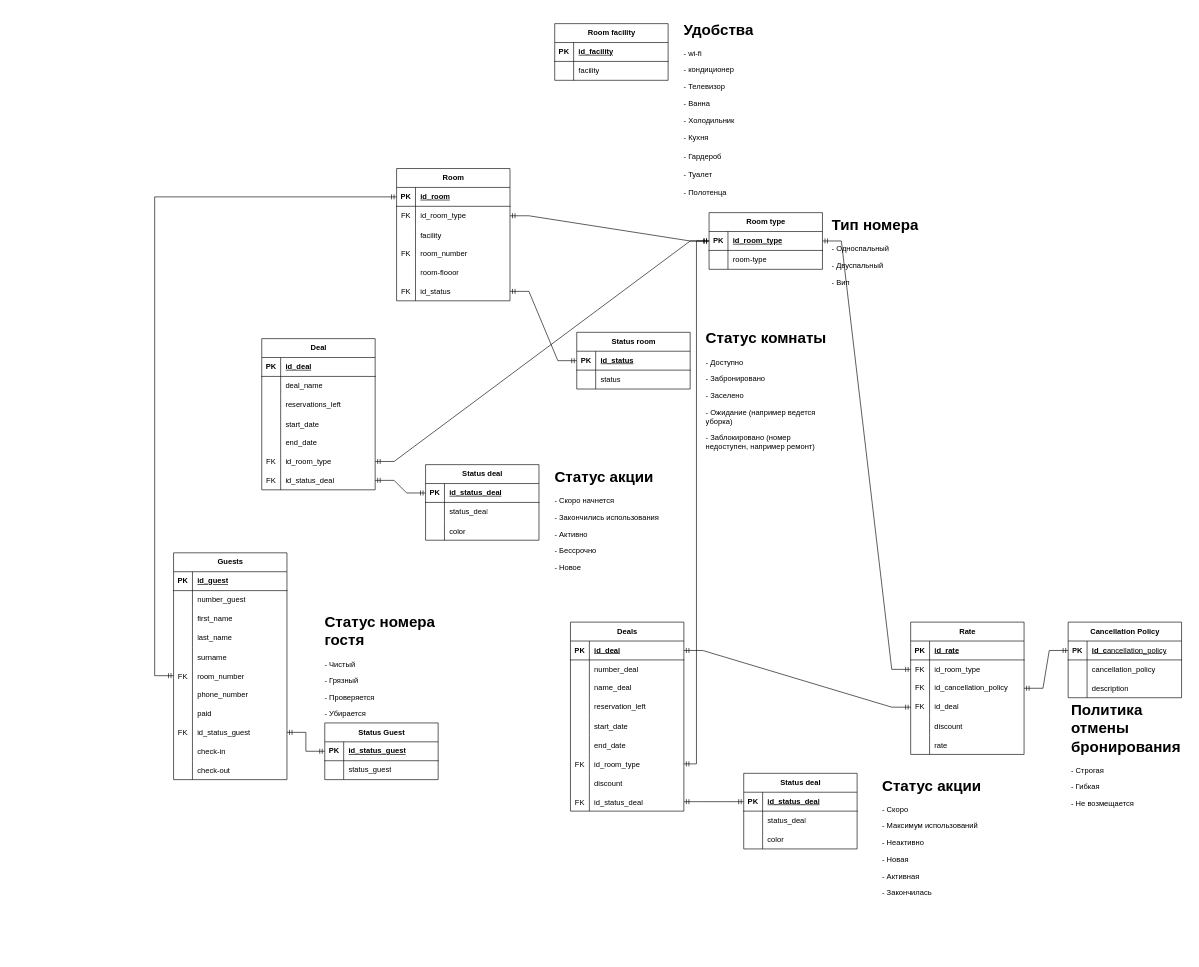
Above: bookingHotel_DB.drawio in da-b1rmuda/HotelBooking (draw.io), before the change. Source tidied: cells renumbered, new cells numbered last; positions are measured from the earlier drawing's top-left corner, leaving out a move shared by most shapes. Both pictures are drawn from the tidied source at 63%, with x=0, y=0 at pixel (154, 17).
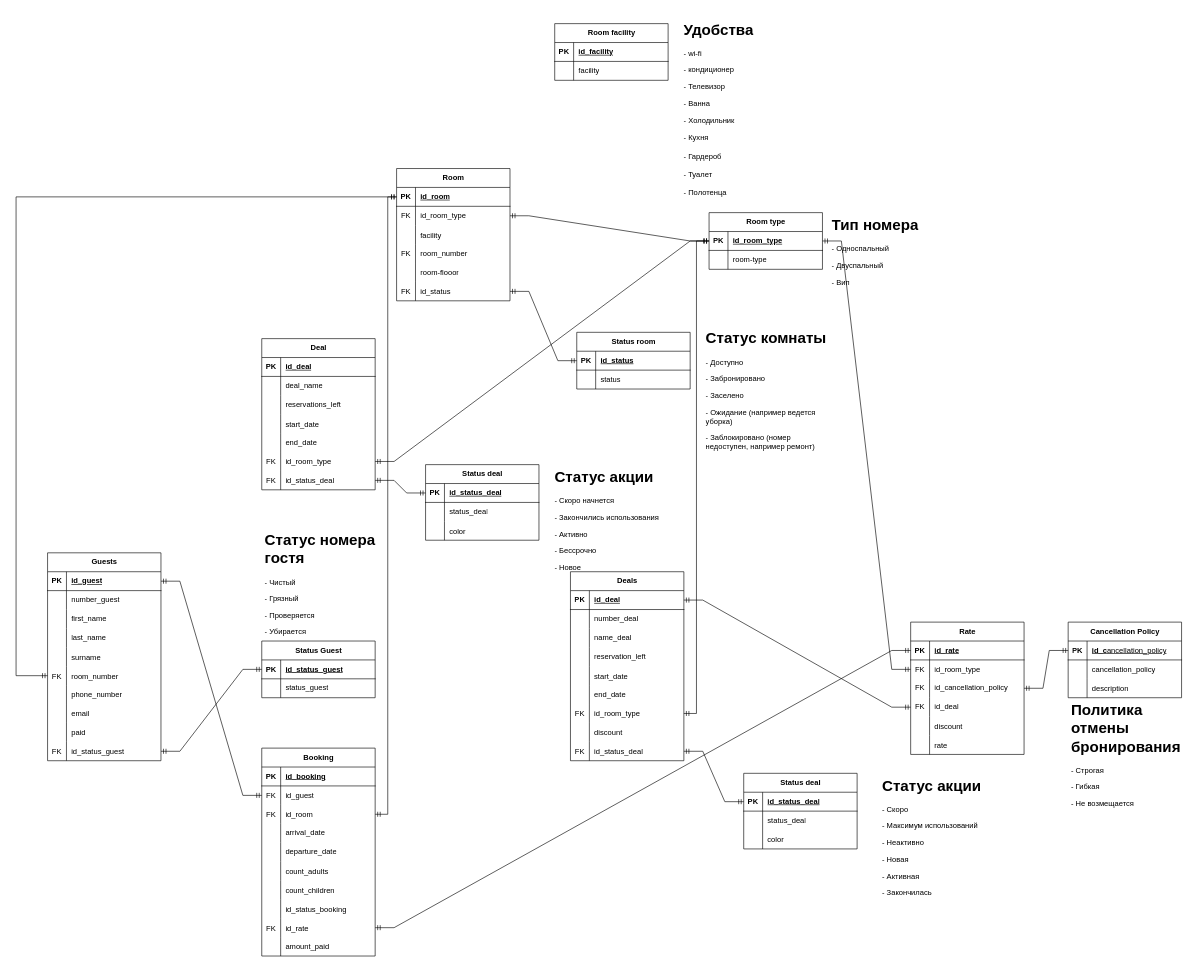
The same page after the edit.

The change refers to these unchanged cells:
```xml
<mxCell id="3" style="shape=tableRow;horizontal=0;startSize=0;swimlaneHead=0;swimlaneBody=0;fillColor=none;points=[[0,0.5],[1,0.5]];portConstraint=eastwest;top=0;left=0;right=0;bottom=1;" parent="2" vertex="1">
  <mxGeometry y="30" width="180" height="30" as="geometry" />
</mxCell>
<mxCell id="83" style="shape=tableRow;horizontal=0;startSize=0;swimlaneHead=0;swimlaneBody=0;fillColor=none;points=[[0,0.5],[1,0.5]];portConstraint=eastwest;top=0;left=0;right=0;bottom=1;" parent="82" vertex="1">
  <mxGeometry y="30" width="180" height="30" as="geometry" />
</mxCell>
<mxCell id="98" style="shape=tableRow;horizontal=0;startSize=0;swimlaneHead=0;swimlaneBody=0;fillColor=none;points=[[0,0.5],[1,0.5]];portConstraint=eastwest;top=0;left=0;right=0;bottom=0;" parent="82" vertex="1">
  <mxGeometry y="180" width="180" height="30" as="geometry" />
</mxCell>
<mxCell id="145" style="shape=tableRow;horizontal=0;startSize=0;swimlaneHead=0;swimlaneBody=0;fillColor=none;points=[[0,0.5],[1,0.5]];portConstraint=eastwest;top=0;left=0;right=0;bottom=1;" parent="144" vertex="1">
  <mxGeometry y="30" width="180" height="30" as="geometry" />
</mxCell>
```

Diff of the diagram source:
```diff
@@
     <mxCell id="82" value="Guests" style="shape=table;startSize=30;childLayout=tableLayout;rowLines=0;fontStyle=1;align=center;html=1;" parent="1" vertex="1">
-      <mxGeometry x="30" y="850" width="180" height="360" as="geometry" />
+      <mxGeometry x="-170" y="850" width="180" height="330" as="geometry" />
     </mxCell>
@@
+    <mxCell id="200" style="shape=tableRow;horizontal=0;startSize=0;swimlaneHead=0;swimlaneBody=0;fillColor=none;top=0;left=0;right=0;bottom=0;" parent="82" vertex="1">
+      <mxGeometry y="240" width="180" height="30" as="geometry" />
+    </mxCell>
+    <mxCell id="201" style="shape=partialRectangle;fillColor=none;top=0;left=0;bottom=0;right=0;overflow=hidden;" parent="200" vertex="1">
+      <mxGeometry width="30" height="30" as="geometry" />
+    </mxCell>
+    <mxCell id="202" value="email" style="shape=partialRectangle;fillColor=none;top=0;left=0;bottom=0;right=0;align=left;spacingLeft=6;overflow=hidden;" parent="200" vertex="1">
+      <mxGeometry x="30" width="150" height="30" as="geometry" />
+    </mxCell>
     <mxCell id="104" style="shape=tableRow;horizontal=0;startSize=0;swimlaneHead=0;swimlaneBody=0;fillColor=none;top=0;left=0;right=0;bottom=0;" parent="82" vertex="1">
-      <mxGeometry y="240" width="180" height="30" as="geometry" />
+      <mxGeometry y="270" width="180" height="30" as="geometry" />
     </mxCell>
@@
     <mxCell id="107" style="shape=tableRow;horizontal=0;startSize=0;swimlaneHead=0;swimlaneBody=0;fillColor=none;points=[[0,0.5],[1,0.5]];portConstraint=eastwest;top=0;left=0;right=0;bottom=0;" parent="82" vertex="1">
-      <mxGeometry y="270" width="180" height="30" as="geometry" />
+      <mxGeometry y="300" width="180" height="30" as="geometry" />
     </mxCell>
@@
-    <mxCell id="110" style="shape=tableRow;horizontal=0;startSize=0;swimlaneHead=0;swimlaneBody=0;fillColor=none;top=0;left=0;right=0;bottom=0;" parent="82" vertex="1">
-      <mxGeometry y="300" width="180" height="30" as="geometry" />
-    </mxCell>
-    <mxCell id="111" style="shape=partialRectangle;fillColor=none;top=0;left=0;bottom=0;right=0;overflow=hidden;" parent="110" vertex="1">
-      <mxGeometry width="30" height="30" as="geometry" />
-    </mxCell>
-    <mxCell id="112" value="check-in" style="shape=partialRectangle;fillColor=none;top=0;left=0;bottom=0;right=0;align=left;spacingLeft=6;overflow=hidden;" parent="110" vertex="1">
-      <mxGeometry x="30" width="150" height="30" as="geometry" />
-    </mxCell>
-    <mxCell id="113" style="shape=tableRow;horizontal=0;startSize=0;swimlaneHead=0;swimlaneBody=0;fillColor=none;top=0;left=0;right=0;bottom=0;" parent="82" vertex="1">
-      <mxGeometry y="330" width="180" height="30" as="geometry" />
-    </mxCell>
-    <mxCell id="114" style="shape=partialRectangle;fillColor=none;top=0;left=0;bottom=0;right=0;overflow=hidden;" parent="113" vertex="1">
-      <mxGeometry width="30" height="30" as="geometry" />
-    </mxCell>
-    <mxCell id="115" value="check-out" style="shape=partialRectangle;fillColor=none;top=0;left=0;bottom=0;right=0;align=left;spacingLeft=6;overflow=hidden;" parent="113" vertex="1">
-      <mxGeometry x="30" width="150" height="30" as="geometry" />
-    </mxCell>
     <mxCell id="116" value="Deals" style="shape=table;startSize=30;childLayout=tableLayout;rowLines=0;fontStyle=1;align=center;html=1;" parent="1" vertex="1">
-      <mxGeometry x="660" y="960" width="180" height="300" as="geometry" />
+      <mxGeometry x="660" y="880" width="180" height="300" as="geometry" />
     </mxCell>
@@
-    <mxCell id="163" value="Status Guest" style="shape=table;startSize=30;childLayout=tableLayout;rowLines=0;fontStyle=1;align=center;html=1;" parent="1" vertex="1">
-      <mxGeometry x="270" y="1120" width="180" height="90" as="geometry" />
-    </mxCell>
-    <mxCell id="164" style="shape=tableRow;horizontal=0;startSize=0;swimlaneHead=0;swimlaneBody=0;fillColor=none;points=[[0,0.5],[1,0.5]];portConstraint=eastwest;top=0;left=0;right=0;bottom=1;" parent="163" vertex="1">
-      <mxGeometry y="30" width="180" height="30" as="geometry" />
-    </mxCell>
-    <mxCell id="165" value="PK" style="shape=partialRectangle;fillColor=none;top=0;left=0;bottom=0;right=0;fontStyle=1;overflow=hidden;whiteSpace=wrap;html=1;" parent="164" vertex="1">
-      <mxGeometry width="30" height="30" as="geometry" />
-    </mxCell>
-    <mxCell id="166" value="id_status_guest" style="shape=partialRectangle;fillColor=none;top=0;left=0;bottom=0;right=0;align=left;spacingLeft=6;fontStyle=5;overflow=hidden;whiteSpace=wrap;html=1;" parent="164" vertex="1">
-      <mxGeometry x="30" width="150" height="30" as="geometry" />
-    </mxCell>
-    <mxCell id="167" style="shape=tableRow;horizontal=0;startSize=0;swimlaneHead=0;swimlaneBody=0;fillColor=none;top=0;left=0;right=0;bottom=0;" parent="163" vertex="1">
-      <mxGeometry y="60" width="180" height="30" as="geometry" />
-    </mxCell>
-    <mxCell id="168" style="shape=partialRectangle;fillColor=none;top=0;left=0;bottom=0;right=0;overflow=hidden;whiteSpace=wrap;html=1;" parent="167" vertex="1">
-      <mxGeometry width="30" height="30" as="geometry" />
-    </mxCell>
-    <mxCell id="169" value="status_guest" style="shape=partialRectangle;fillColor=none;top=0;left=0;bottom=0;right=0;align=left;spacingLeft=6;overflow=hidden;whiteSpace=wrap;html=1;" parent="167" vertex="1">
-      <mxGeometry x="30" width="150" height="30" as="geometry" />
-    </mxCell>
     <mxCell id="170" value="&lt;h1&gt;Статус номера гостя&lt;/h1&gt;&lt;p&gt;- Чистый&lt;/p&gt;&lt;p&gt;- Грязный&lt;/p&gt;&lt;p&gt;- Проверяется&lt;/p&gt;&lt;p&gt;- Убирается&lt;/p&gt;&lt;p&gt;&lt;br&gt;&lt;/p&gt;" style="text;html=1;strokeColor=none;fillColor=none;spacing=5;spacingTop=-20;whiteSpace=wrap;overflow=hidden;rounded=0;" parent="1" vertex="1">
-      <mxGeometry x="265" y="940" width="190" height="210" as="geometry" />
+      <mxGeometry x="170" y="810" width="190" height="210" as="geometry" />
     </mxCell>
     <mxCell id="171" style="edgeStyle=elbowEdgeStyle;fontSize=12;html=1;endArrow=ERmandOne;startArrow=ERmandOne;rounded=0;exitX=0;exitY=0.5;exitDx=0;exitDy=0;entryX=0;entryY=0.5;entryDx=0;entryDy=0;" parent="1" edge="1" source="98" target="3">
       <mxGeometry relative="1" as="geometry">
         <Array as="points">
-          <mxPoint y="780" />
+          <mxPoint x="-220" y="670" />
         </Array>
       </mxGeometry>
     </mxCell>
@@
+    <mxCell id="203" value="Booking" style="shape=table;startSize=30;childLayout=tableLayout;rowLines=0;fontStyle=1;align=center;html=1;" parent="1" vertex="1">
+      <mxGeometry x="170" y="1160" width="180" height="330" as="geometry" />
+    </mxCell>
+    <mxCell id="204" style="shape=tableRow;horizontal=0;startSize=0;swimlaneHead=0;swimlaneBody=0;fillColor=none;top=0;left=0;right=0;bottom=1;" parent="203" vertex="1">
+      <mxGeometry y="30" width="180" height="30" as="geometry" />
+    </mxCell>
+    <mxCell id="205" value="PK" style="shape=partialRectangle;fillColor=none;top=0;left=0;bottom=0;right=0;fontStyle=1;overflow=hidden;whiteSpace=wrap;html=1;" parent="204" vertex="1">
+      <mxGeometry width="30" height="30" as="geometry" />
+    </mxCell>
+    <mxCell id="206" value="id_booking" style="shape=partialRectangle;fillColor=none;top=0;left=0;bottom=0;right=0;align=left;spacingLeft=6;fontStyle=5;overflow=hidden;whiteSpace=wrap;html=1;" parent="204" vertex="1">
+      <mxGeometry x="30" width="150" height="30" as="geometry" />
+    </mxCell>
+    <mxCell id="207" style="shape=tableRow;horizontal=0;startSize=0;swimlaneHead=0;swimlaneBody=0;fillColor=none;points=[[0,0.5],[1,0.5]];portConstraint=eastwest;top=0;left=0;right=0;bottom=0;" parent="203" vertex="1">
+      <mxGeometry y="60" width="180" height="30" as="geometry" />
+    </mxCell>
+    <mxCell id="208" value="FK" style="shape=partialRectangle;fillColor=none;top=0;left=0;bottom=0;right=0;overflow=hidden;whiteSpace=wrap;html=1;" parent="207" vertex="1">
+      <mxGeometry width="30" height="30" as="geometry" />
+    </mxCell>
+    <mxCell id="209" value="id_guest" style="shape=partialRectangle;fillColor=none;top=0;left=0;bottom=0;right=0;align=left;spacingLeft=6;overflow=hidden;whiteSpace=wrap;html=1;" parent="207" vertex="1">
+      <mxGeometry x="30" width="150" height="30" as="geometry" />
+    </mxCell>
+    <mxCell id="210" style="shape=tableRow;horizontal=0;startSize=0;swimlaneHead=0;swimlaneBody=0;fillColor=none;points=[[0,0.5],[1,0.5]];portConstraint=eastwest;top=0;left=0;right=0;bottom=0;" parent="203" vertex="1">
+      <mxGeometry y="90" width="180" height="30" as="geometry" />
+    </mxCell>
+    <mxCell id="211" value="FK" style="shape=partialRectangle;fillColor=none;top=0;left=0;bottom=0;right=0;overflow=hidden;" parent="210" vertex="1">
+      <mxGeometry width="30" height="30" as="geometry" />
+    </mxCell>
+    <mxCell id="212" value="id_room" style="shape=partialRectangle;fillColor=none;top=0;left=0;bottom=0;right=0;align=left;spacingLeft=6;overflow=hidden;" parent="210" vertex="1">
+      <mxGeometry x="30" width="150" height="30" as="geometry" />
+    </mxCell>
+    <mxCell id="213" style="shape=tableRow;horizontal=0;startSize=0;swimlaneHead=0;swimlaneBody=0;fillColor=none;top=0;left=0;right=0;bottom=0;" parent="203" vertex="1">
+      <mxGeometry y="120" width="180" height="30" as="geometry" />
+    </mxCell>
+    <mxCell id="214" style="shape=partialRectangle;fillColor=none;top=0;left=0;bottom=0;right=0;overflow=hidden;whiteSpace=wrap;html=1;" parent="213" vertex="1">
+      <mxGeometry width="30" height="30" as="geometry" />
+    </mxCell>
+    <mxCell id="215" value="arrival_date" style="shape=partialRectangle;fillColor=none;top=0;left=0;bottom=0;right=0;align=left;spacingLeft=6;overflow=hidden;whiteSpace=wrap;html=1;" parent="213" vertex="1">
+      <mxGeometry x="30" width="150" height="30" as="geometry" />
+    </mxCell>
+    <mxCell id="216" style="shape=tableRow;horizontal=0;startSize=0;swimlaneHead=0;swimlaneBody=0;fillColor=none;top=0;left=0;right=0;bottom=0;" parent="203" vertex="1">
+      <mxGeometry y="150" width="180" height="30" as="geometry" />
+    </mxCell>
+    <mxCell id="217" style="shape=partialRectangle;fillColor=none;top=0;left=0;bottom=0;right=0;overflow=hidden;whiteSpace=wrap;html=1;" parent="216" vertex="1">
+      <mxGeometry width="30" height="30" as="geometry" />
+    </mxCell>
+    <mxCell id="218" value="departure_date" style="shape=partialRectangle;fillColor=none;top=0;left=0;bottom=0;right=0;align=left;spacingLeft=6;overflow=hidden;whiteSpace=wrap;html=1;" parent="216" vertex="1">
+      <mxGeometry x="30" width="150" height="30" as="geometry" />
+    </mxCell>
+    <mxCell id="219" style="shape=tableRow;horizontal=0;startSize=0;swimlaneHead=0;swimlaneBody=0;fillColor=none;top=0;left=0;right=0;bottom=0;" parent="203" vertex="1">
+      <mxGeometry y="180" width="180" height="30" as="geometry" />
+    </mxCell>
+    <mxCell id="220" style="shape=partialRectangle;fillColor=none;top=0;left=0;bottom=0;right=0;overflow=hidden;" parent="219" vertex="1">
+      <mxGeometry width="30" height="30" as="geometry" />
+    </mxCell>
+    <mxCell id="221" value="count_adults" style="shape=partialRectangle;fillColor=none;top=0;left=0;bottom=0;right=0;align=left;spacingLeft=6;overflow=hidden;" parent="219" vertex="1">
+      <mxGeometry x="30" width="150" height="30" as="geometry" />
+    </mxCell>
+    <mxCell id="222" style="shape=tableRow;horizontal=0;startSize=0;swimlaneHead=0;swimlaneBody=0;fillColor=none;top=0;left=0;right=0;bottom=0;" parent="203" vertex="1">
+      <mxGeometry y="210" width="180" height="30" as="geometry" />
+    </mxCell>
+    <mxCell id="223" style="shape=partialRectangle;fillColor=none;top=0;left=0;bottom=0;right=0;overflow=hidden;" parent="222" vertex="1">
+      <mxGeometry width="30" height="30" as="geometry" />
+    </mxCell>
+    <mxCell id="224" value="count_children" style="shape=partialRectangle;fillColor=none;top=0;left=0;bottom=0;right=0;align=left;spacingLeft=6;overflow=hidden;" parent="222" vertex="1">
+      <mxGeometry x="30" width="150" height="30" as="geometry" />
+    </mxCell>
+    <mxCell id="225" style="shape=tableRow;horizontal=0;startSize=0;swimlaneHead=0;swimlaneBody=0;fillColor=none;top=0;left=0;right=0;bottom=0;" parent="203" vertex="1">
+      <mxGeometry y="240" width="180" height="30" as="geometry" />
+    </mxCell>
+    <mxCell id="226" style="shape=partialRectangle;fillColor=none;top=0;left=0;bottom=0;right=0;overflow=hidden;" parent="225" vertex="1">
+      <mxGeometry width="30" height="30" as="geometry" />
+    </mxCell>
+    <mxCell id="227" value="id_status_booking" style="shape=partialRectangle;fillColor=none;top=0;left=0;bottom=0;right=0;align=left;spacingLeft=6;overflow=hidden;" parent="225" vertex="1">
+      <mxGeometry x="30" width="150" height="30" as="geometry" />
+    </mxCell>
+    <mxCell id="228" style="shape=tableRow;horizontal=0;startSize=0;swimlaneHead=0;swimlaneBody=0;fillColor=none;points=[[0,0.5],[1,0.5]];portConstraint=eastwest;top=0;left=0;right=0;bottom=0;" parent="203" vertex="1">
+      <mxGeometry y="270" width="180" height="30" as="geometry" />
+    </mxCell>
+    <mxCell id="229" value="FK" style="shape=partialRectangle;fillColor=none;top=0;left=0;bottom=0;right=0;overflow=hidden;" parent="228" vertex="1">
+      <mxGeometry width="30" height="30" as="geometry" />
+    </mxCell>
+    <mxCell id="230" value="id_rate" style="shape=partialRectangle;fillColor=none;top=0;left=0;bottom=0;right=0;align=left;spacingLeft=6;overflow=hidden;" parent="228" vertex="1">
+      <mxGeometry x="30" width="150" height="30" as="geometry" />
+    </mxCell>
+    <mxCell id="110" style="shape=tableRow;horizontal=0;startSize=0;swimlaneHead=0;swimlaneBody=0;fillColor=none;top=0;left=0;right=0;bottom=0;" parent="203" vertex="1">
+      <mxGeometry y="300" width="180" height="30" as="geometry" />
+    </mxCell>
+    <mxCell id="231" style="shape=partialRectangle;fillColor=none;top=0;left=0;bottom=0;right=0;overflow=hidden;" parent="110" vertex="1">
+      <mxGeometry width="30" height="30" as="geometry" />
+    </mxCell>
+    <mxCell id="232" value="amount_paid" style="shape=partialRectangle;fillColor=none;top=0;left=0;bottom=0;right=0;align=left;spacingLeft=6;overflow=hidden;" parent="110" vertex="1">
+      <mxGeometry x="30" width="150" height="30" as="geometry" />
+    </mxCell>
+    <mxCell id="163" value="Status Guest" style="shape=table;startSize=30;childLayout=tableLayout;rowLines=0;fontStyle=1;align=center;html=1;" parent="1" vertex="1">
+      <mxGeometry x="170" y="990" width="180" height="90" as="geometry" />
+    </mxCell>
+    <mxCell id="164" style="shape=tableRow;horizontal=0;startSize=0;swimlaneHead=0;swimlaneBody=0;fillColor=none;points=[[0,0.5],[1,0.5]];portConstraint=eastwest;top=0;left=0;right=0;bottom=1;" parent="163" vertex="1">
+      <mxGeometry y="30" width="180" height="30" as="geometry" />
+    </mxCell>
+    <mxCell id="165" value="PK" style="shape=partialRectangle;fillColor=none;top=0;left=0;bottom=0;right=0;fontStyle=1;overflow=hidden;whiteSpace=wrap;html=1;" parent="164" vertex="1">
+      <mxGeometry width="30" height="30" as="geometry" />
+    </mxCell>
+    <mxCell id="166" value="id_status_guest" style="shape=partialRectangle;fillColor=none;top=0;left=0;bottom=0;right=0;align=left;spacingLeft=6;fontStyle=5;overflow=hidden;whiteSpace=wrap;html=1;" parent="164" vertex="1">
+      <mxGeometry x="30" width="150" height="30" as="geometry" />
+    </mxCell>
+    <mxCell id="167" style="shape=tableRow;horizontal=0;startSize=0;swimlaneHead=0;swimlaneBody=0;fillColor=none;top=0;left=0;right=0;bottom=0;" parent="163" vertex="1">
+      <mxGeometry y="60" width="180" height="30" as="geometry" />
+    </mxCell>
+    <mxCell id="168" style="shape=partialRectangle;fillColor=none;top=0;left=0;bottom=0;right=0;overflow=hidden;whiteSpace=wrap;html=1;" parent="167" vertex="1">
+      <mxGeometry width="30" height="30" as="geometry" />
+    </mxCell>
+    <mxCell id="169" value="status_guest" style="shape=partialRectangle;fillColor=none;top=0;left=0;bottom=0;right=0;align=left;spacingLeft=6;overflow=hidden;whiteSpace=wrap;html=1;" parent="167" vertex="1">
+      <mxGeometry x="30" width="150" height="30" as="geometry" />
+    </mxCell>
+    <mxCell id="233" style="edgeStyle=elbowEdgeStyle;fontSize=12;html=1;endArrow=ERmandOne;startArrow=ERmandOne;rounded=0;entryX=0;entryY=0.5;entryDx=0;entryDy=0;exitX=1;exitY=0.5;exitDx=0;exitDy=0;" parent="1" edge="1" source="210" target="3">
+      <mxGeometry relative="1" as="geometry">
+        <Array as="points">
+          <mxPoint x="370" y="770" />
+        </Array>
+      </mxGeometry>
+    </mxCell>
+    <mxCell id="234" style="edgeStyle=entityRelationEdgeStyle;fontSize=12;html=1;endArrow=ERmandOne;startArrow=ERmandOne;rounded=0;entryX=1;entryY=0.5;entryDx=0;entryDy=0;exitX=0;exitY=0.5;exitDx=0;exitDy=0;" parent="1" edge="1" source="207" target="83">
+      <mxGeometry relative="1" as="geometry" />
+    </mxCell>
+    <mxCell id="235" style="edgeStyle=entityRelationEdgeStyle;fontSize=12;html=1;endArrow=ERmandOne;startArrow=ERmandOne;rounded=0;entryX=0;entryY=0.5;entryDx=0;entryDy=0;exitX=1;exitY=0.5;exitDx=0;exitDy=0;" parent="1" edge="1" source="228" target="145">
+      <mxGeometry relative="1" as="geometry" />
+    </mxCell>
```
